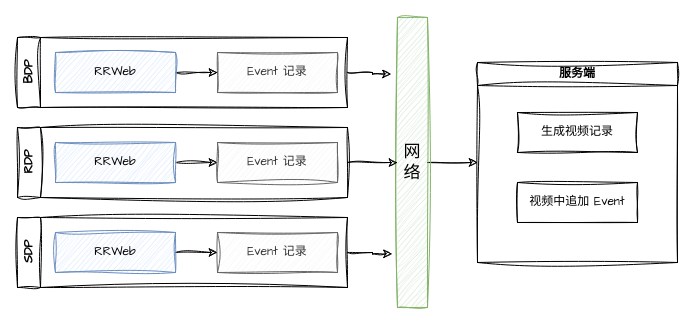
swlws/drawio keeps this draw.io diagram as page "第 4 页" (4 of 4) of 123.drawio. Above is the earlier version. Source tidied: cells renumbered, new cells numbered last; positions are measured from the earlier drawing's top-left corner, leaving out a move shared by most shapes. Both pictures are drawn from the tidied source at 100%, with x=0, y=0 at pixel (17, 17).
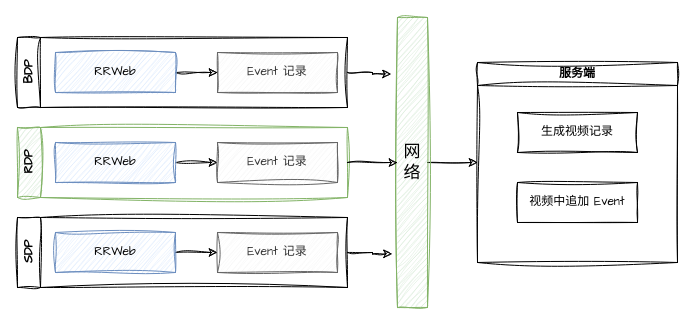
After the change.

Diff of the diagram source:
```diff
@@
-    <mxCell id="9" value="RDP" style="swimlane;horizontal=0;whiteSpace=wrap;html=1;sketch=1;hachureGap=4;jiggle=2;curveFitting=1;fontFamily=Architects Daughter;" parent="1" vertex="1">
+    <mxCell id="9" value="RDP" style="swimlane;horizontal=0;whiteSpace=wrap;html=1;sketch=1;hachureGap=4;jiggle=2;curveFitting=1;fontFamily=Architects Daughter;fillColor=#d5e8d4;strokeColor=#82b366;" parent="1" vertex="1">
       <mxGeometry y="110" width="330" height="70" as="geometry" />
     </mxCell>
```
